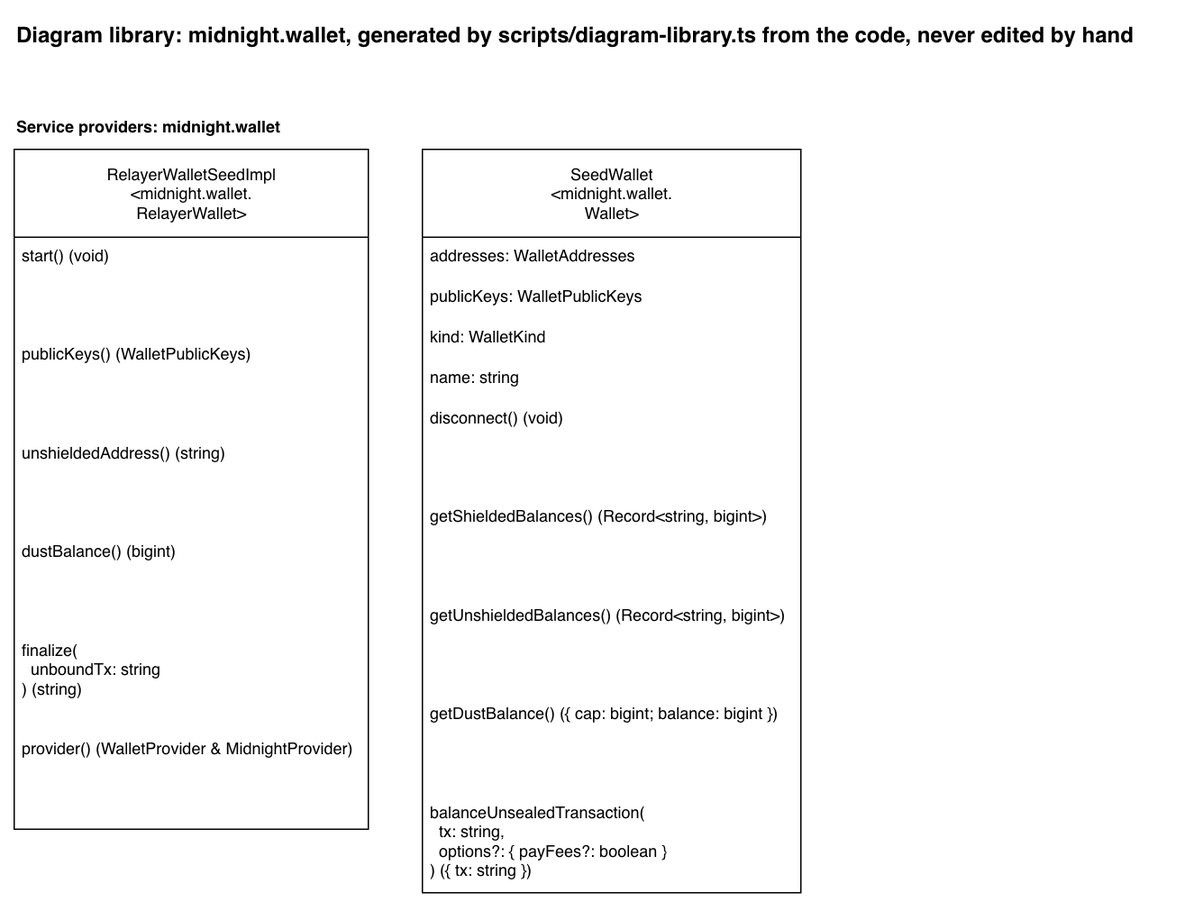
This is docs/diagram-library/midnight/wallet/diagram-library.drawio.png from sig-net/full-stack-demo, a draw.io export, as it was before one commit. Source tidied: cells renumbered, new cells last; positions are measured from the earlier drawing's top-left corner, leaving out a move shared by most shapes.
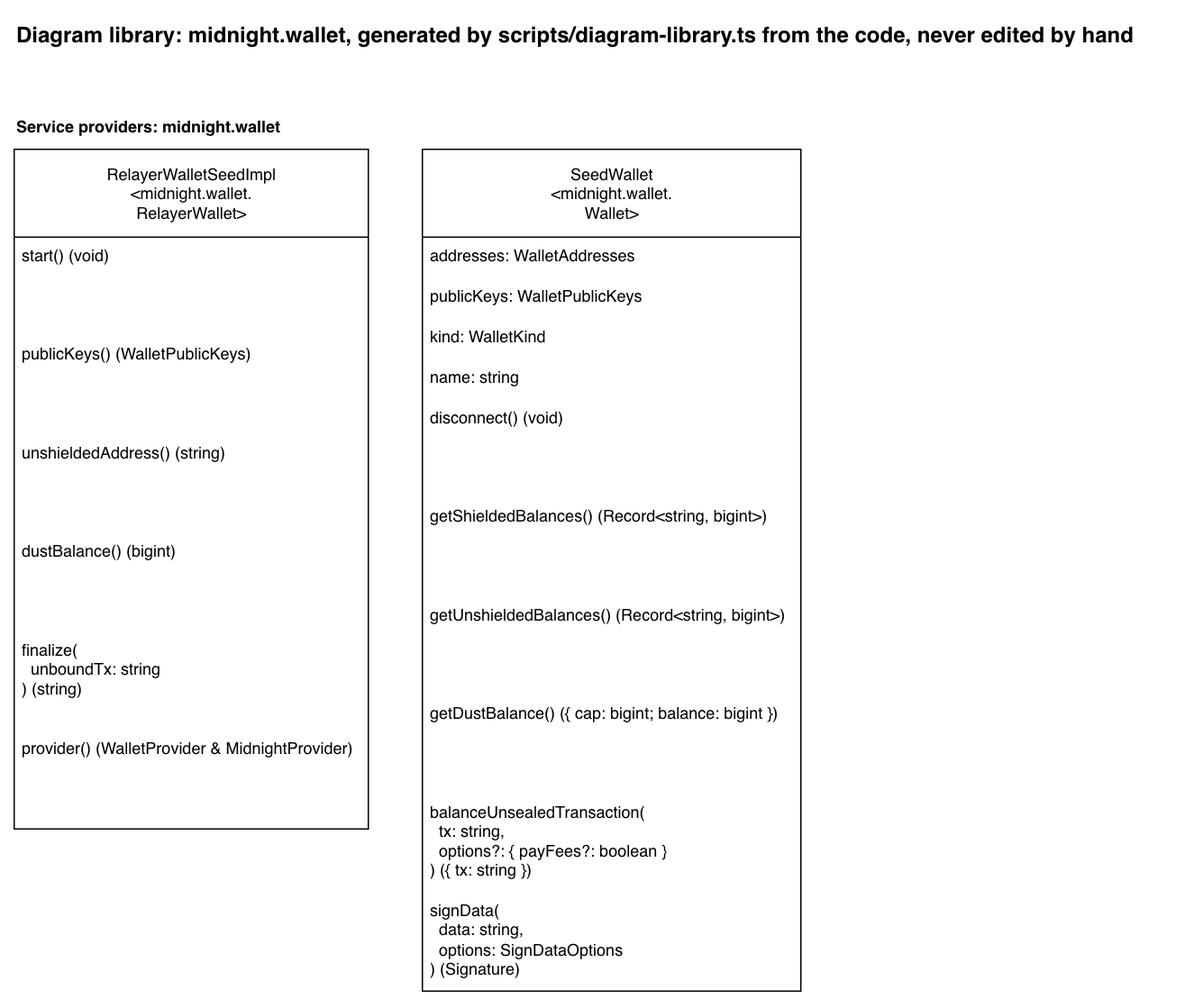
After the commit.

Change to the diagram source:
```diff
@@ -30,7 +30,7 @@
       <mxGeometry y="430" width="262" height="73" as="geometry" />
     </mxCell>
     <mxCell id="11" value="SeedWallet&lt;br&gt;&amp;lt;midnight.wallet.&lt;br&gt;Wallet&amp;gt;" style="swimlane;fontStyle=0;horizontal=1;startSize=65;fillColor=default;html=1;fillStyle=solid;" parent="1" vertex="1">
-      <mxGeometry x="302" y="100" width="280" height="550" as="geometry" />
+      <mxGeometry x="302" y="100" width="280" height="623" as="geometry" />
     </mxCell>
     <mxCell id="12" value="addresses: WalletAddresses" style="text;strokeColor=none;fillColor=none;align=left;verticalAlign=top;spacingLeft=4;spacingRight=4;overflow=hidden;whiteSpace=wrap;html=1;" parent="11" vertex="1">
       <mxGeometry y="65" width="280" height="30" as="geometry" />
@@ -59,5 +59,8 @@
     <mxCell id="20" value="balanceUnsealedTransaction(&lt;br&gt;&amp;nbsp; tx: string,&lt;br&gt;&amp;nbsp; options?: { payFees?: boolean }&lt;br&gt;) ({ tx: string })" style="text;strokeColor=none;fillColor=none;align=left;verticalAlign=top;spacingLeft=4;spacingRight=4;overflow=hidden;whiteSpace=wrap;html=1;" parent="11" vertex="1">
       <mxGeometry y="477" width="280" height="73" as="geometry" />
     </mxCell>
+    <mxCell id="21" value="signData(&lt;br&gt;&amp;nbsp; data: string,&lt;br&gt;&amp;nbsp; options: SignDataOptions&lt;br&gt;) (Signature)" style="text;strokeColor=none;fillColor=none;align=left;verticalAlign=top;spacingLeft=4;spacingRight=4;overflow=hidden;whiteSpace=wrap;html=1;" parent="11" vertex="1">
+      <mxGeometry y="550" width="280" height="73" as="geometry" />
+    </mxCell>
   </root>
 </mxGraphModel>
```
